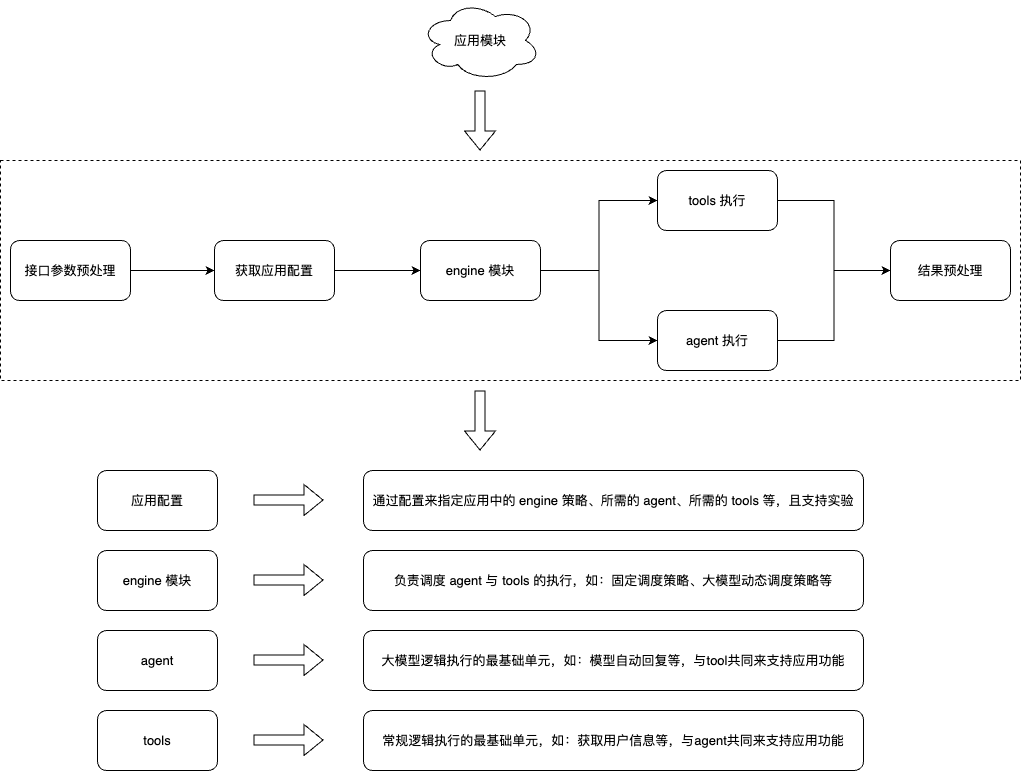
Earlier version of the draw.io export 大模型应用之应用流程图.png (liujunao/draw-data). Source tidied: cells renumbered, new cells last; positions are measured from the earlier drawing's top-left corner, leaving out a move shared by most shapes.
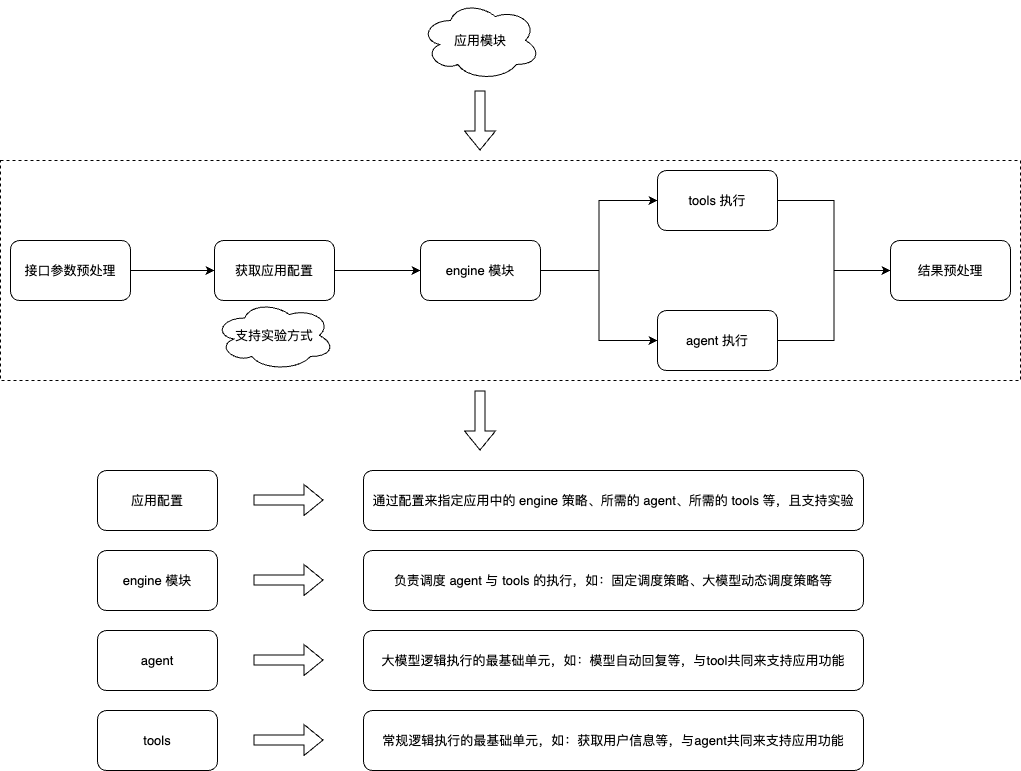
Later version of the same file.

Commit message:
更新大模型应用之应用流程图.png

Diff of the diagram source:
```diff
@@ -104,5 +104,8 @@
         <mxPoint x="479.5" y="450" as="targetPoint" />
       </mxGeometry>
     </mxCell>
+    <mxCell id="30" value="支持实验方式" style="ellipse;shape=cloud;whiteSpace=wrap;html=1;" parent="1" vertex="1">
+      <mxGeometry x="214" y="300" width="120" height="70" as="geometry" />
+    </mxCell>
   </root>
 </mxGraphModel>
```
